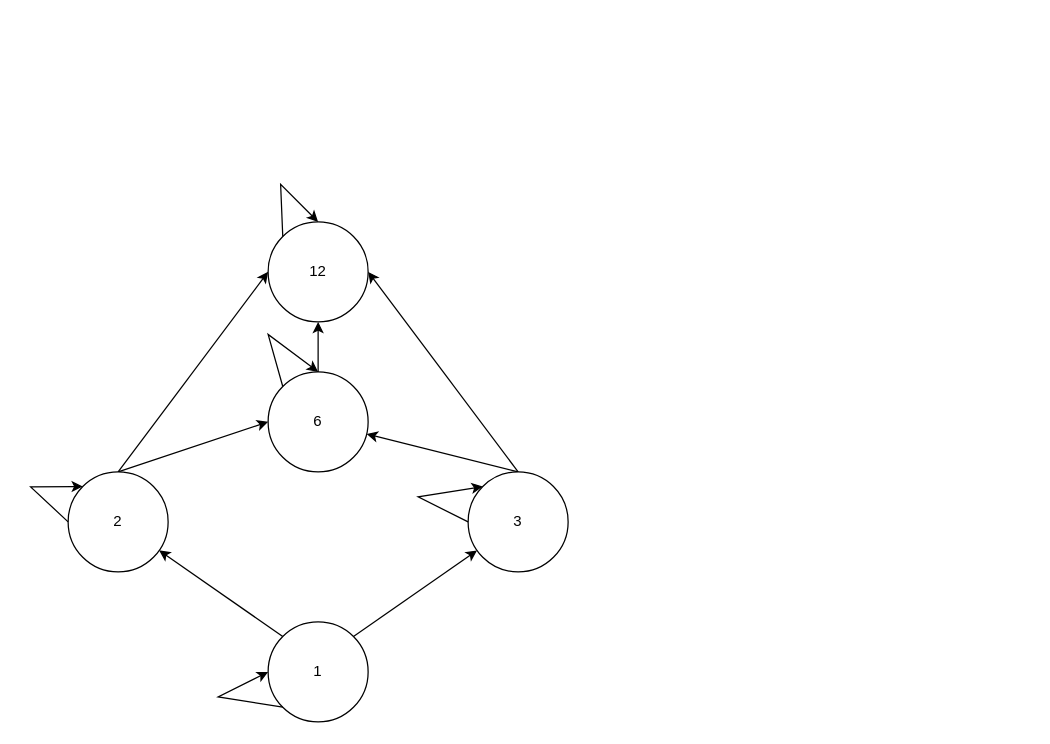
Before: page "Q4ai" (2 of 6) of y2s2/discrete-maths/img/revision-diagrams.drawio in LShun/dco-1820, a draw.io diagram. Source tidied: cells renumbered, new cells numbered last; positions are measured from the earlier drawing's top-left corner, leaving out a move shared by most shapes. Both pictures are drawn from the tidied source at 125%, with x=0, y=0 at pixel (30, 184).
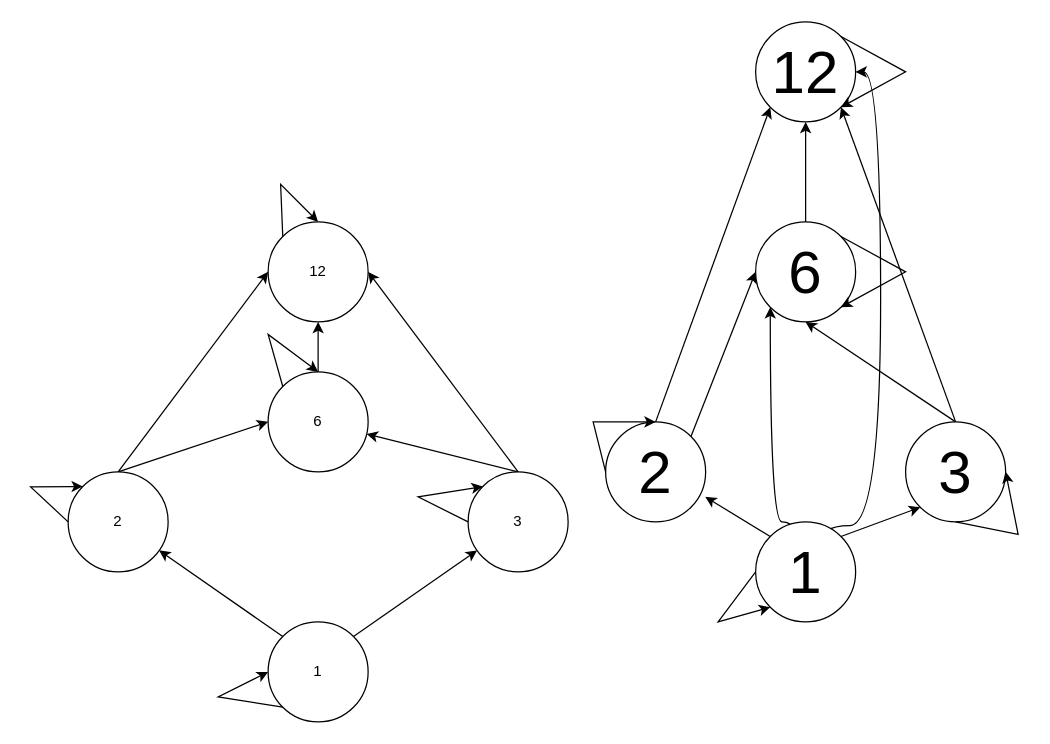
After the change.

What changed in the source:
```diff
@@
+    <mxCell id="19" style="edgeStyle=none;rounded=0;jettySize=auto;html=1;exitX=0;exitY=0;exitDx=0;exitDy=0;entryX=0.996;entryY=0.75;entryDx=0;entryDy=0;entryPerimeter=0;" parent="1" edge="1" source="23" target="26">
+      <mxGeometry relative="1" as="geometry" />
+    </mxCell>
+    <mxCell id="20" style="edgeStyle=none;rounded=0;jettySize=auto;html=1;exitX=1;exitY=0;exitDx=0;exitDy=0;entryX=0;entryY=1;entryDx=0;entryDy=0;" parent="1" edge="1" source="23" target="29">
+      <mxGeometry relative="1" as="geometry" />
+    </mxCell>
+    <mxCell id="21" style="edgeStyle=orthogonalEdgeStyle;curved=1;rounded=0;jettySize=auto;html=1;entryX=0;entryY=1;entryDx=0;entryDy=0;" parent="1" edge="1" target="31">
+      <mxGeometry relative="1" as="geometry">
+        <mxPoint x="610.3" y="280.1" as="sourcePoint" />
+        <Array as="points">
+          <mxPoint x="592" y="270" />
+        </Array>
+      </mxGeometry>
+    </mxCell>
+    <mxCell id="22" style="edgeStyle=orthogonalEdgeStyle;curved=1;rounded=0;jettySize=auto;html=1;entryX=1;entryY=0.5;entryDx=0;entryDy=0;" parent="1" edge="1" target="32">
+      <mxGeometry relative="1" as="geometry">
+        <mxPoint x="630.3" y="290.1" as="sourcePoint" />
+        <Array as="points">
+          <mxPoint x="680" y="273" />
+          <mxPoint x="680" y="-90" />
+        </Array>
+      </mxGeometry>
+    </mxCell>
+    <mxCell id="23" value="&lt;font style=&quot;font-size: 48px&quot;&gt;1&lt;/font&gt;" style="ellipse;whiteSpace=wrap;html=1;" parent="1" vertex="1">
+      <mxGeometry x="580" y="270" width="80" height="80" as="geometry" />
+    </mxCell>
+    <mxCell id="24" style="edgeStyle=none;rounded=0;jettySize=auto;html=1;exitX=1;exitY=0;exitDx=0;exitDy=0;entryX=0;entryY=0.5;entryDx=0;entryDy=0;" parent="1" edge="1" source="26" target="31">
+      <mxGeometry relative="1" as="geometry" />
+    </mxCell>
+    <mxCell id="25" style="edgeStyle=none;rounded=0;jettySize=auto;html=1;exitX=0.5;exitY=0;exitDx=0;exitDy=0;entryX=0;entryY=1;entryDx=0;entryDy=0;" parent="1" edge="1" source="26" target="32">
+      <mxGeometry relative="1" as="geometry" />
+    </mxCell>
+    <mxCell id="26" value="&lt;font style=&quot;font-size: 48px&quot;&gt;2&lt;/font&gt;" style="ellipse;whiteSpace=wrap;html=1;" parent="1" vertex="1">
+      <mxGeometry x="460" y="190" width="80" height="80" as="geometry" />
+    </mxCell>
+    <mxCell id="27" style="edgeStyle=none;rounded=0;jettySize=auto;html=1;exitX=0.5;exitY=0;exitDx=0;exitDy=0;entryX=0.5;entryY=1;entryDx=0;entryDy=0;" parent="1" edge="1" source="29" target="31">
+      <mxGeometry relative="1" as="geometry" />
+    </mxCell>
+    <mxCell id="28" style="edgeStyle=none;rounded=0;jettySize=auto;html=1;exitX=0.5;exitY=0;exitDx=0;exitDy=0;entryX=1;entryY=1;entryDx=0;entryDy=0;" parent="1" edge="1" source="29" target="32">
+      <mxGeometry relative="1" as="geometry" />
+    </mxCell>
+    <mxCell id="29" value="&lt;font style=&quot;font-size: 48px&quot;&gt;3&lt;/font&gt;" style="ellipse;whiteSpace=wrap;html=1;" parent="1" vertex="1">
+      <mxGeometry x="700" y="190" width="80" height="80" as="geometry" />
+    </mxCell>
+    <mxCell id="30" style="edgeStyle=none;rounded=0;jettySize=auto;html=1;exitX=0.5;exitY=0;exitDx=0;exitDy=0;entryX=0.5;entryY=1;entryDx=0;entryDy=0;" parent="1" edge="1" source="31" target="32">
+      <mxGeometry relative="1" as="geometry" />
+    </mxCell>
+    <mxCell id="31" value="&lt;font style=&quot;font-size: 48px&quot;&gt;6&lt;/font&gt;" style="ellipse;whiteSpace=wrap;html=1;" parent="1" vertex="1">
+      <mxGeometry x="580" y="30" width="80" height="80" as="geometry" />
+    </mxCell>
+    <mxCell id="32" value="&lt;font style=&quot;font-size: 48px&quot;&gt;12&lt;/font&gt;" style="ellipse;whiteSpace=wrap;html=1;" parent="1" vertex="1">
+      <mxGeometry x="580" y="-130" width="80" height="80" as="geometry" />
+    </mxCell>
+    <mxCell id="33" style="edgeStyle=none;rounded=0;orthogonalLoop=1;jettySize=auto;html=1;exitX=0;exitY=0.5;exitDx=0;exitDy=0;entryX=0;entryY=1;entryDx=0;entryDy=0;" parent="1" edge="1" source="23" target="23">
+      <mxGeometry relative="1" as="geometry">
+        <Array as="points">
+          <mxPoint x="550" y="350" />
+        </Array>
+      </mxGeometry>
+    </mxCell>
+    <mxCell id="34" style="edgeStyle=none;rounded=0;orthogonalLoop=1;jettySize=auto;html=1;exitX=0.5;exitY=1;exitDx=0;exitDy=0;entryX=1;entryY=0.5;entryDx=0;entryDy=0;" parent="1" edge="1" source="29" target="29">
+      <mxGeometry relative="1" as="geometry">
+        <Array as="points">
+          <mxPoint x="790" y="280" />
+        </Array>
+      </mxGeometry>
+    </mxCell>
+    <mxCell id="35" style="edgeStyle=none;rounded=0;orthogonalLoop=1;jettySize=auto;html=1;exitX=0;exitY=0.5;exitDx=0;exitDy=0;entryX=0.5;entryY=0;entryDx=0;entryDy=0;" parent="1" edge="1" source="26" target="26">
+      <mxGeometry relative="1" as="geometry">
+        <Array as="points">
+          <mxPoint x="450" y="190" />
+        </Array>
+      </mxGeometry>
+    </mxCell>
+    <mxCell id="36" style="edgeStyle=none;rounded=0;orthogonalLoop=1;jettySize=auto;html=1;exitX=1;exitY=0;exitDx=0;exitDy=0;entryX=1;entryY=1;entryDx=0;entryDy=0;" parent="1" edge="1" source="31" target="31">
+      <mxGeometry relative="1" as="geometry">
+        <Array as="points">
+          <mxPoint x="700" y="70" />
+        </Array>
+      </mxGeometry>
+    </mxCell>
+    <mxCell id="37" style="edgeStyle=none;rounded=0;orthogonalLoop=1;jettySize=auto;html=1;exitX=1;exitY=0;exitDx=0;exitDy=0;entryX=1;entryY=1;entryDx=0;entryDy=0;" parent="1" edge="1" source="32" target="32">
+      <mxGeometry relative="1" as="geometry">
+        <Array as="points">
+          <mxPoint x="700" y="-90" />
+        </Array>
+      </mxGeometry>
+    </mxCell>
```
